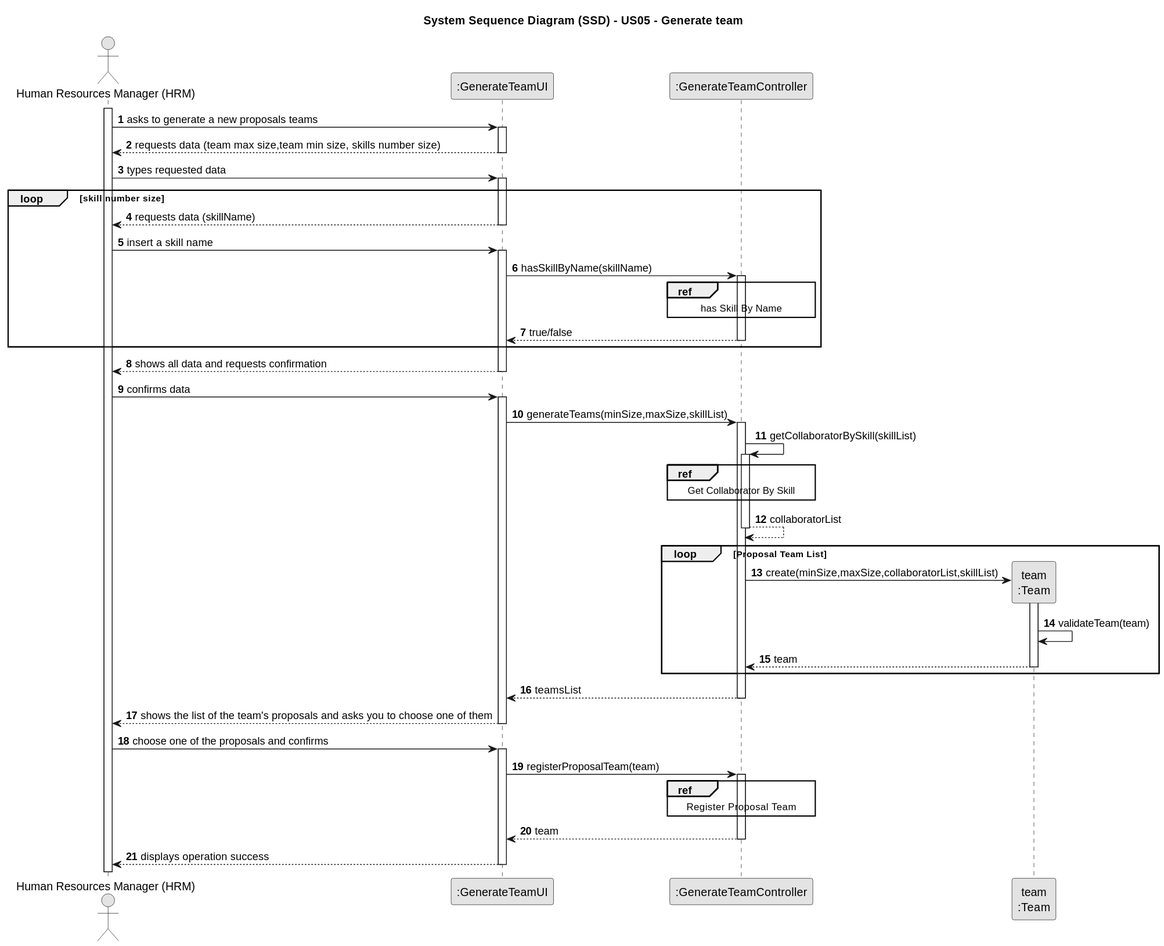
Above: docs/sprint2/us05/03.design/svg/us05-sequence-diagram.svg in Departamento-de-Engenharia-Informatica/lei-24-s2-1db-g022 (PlantUML), before the change.
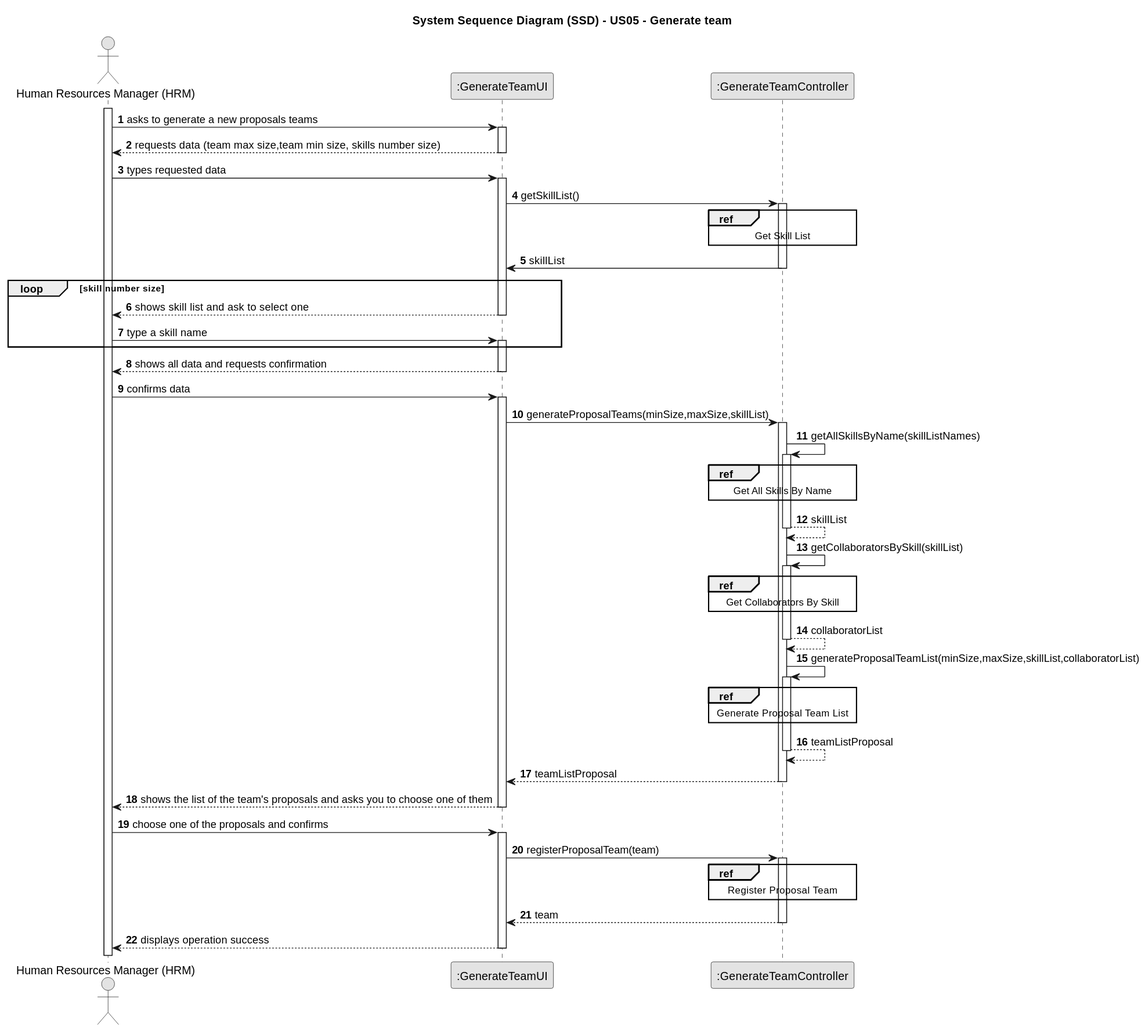
The same file after the commit.

Diff of the diagram source:
```diff
@@ -10,107 +10,125 @@
 actor "Human Resources Manager (HRM)" as HRM
 participant ":GenerateTeamUI" as UI
 participant ":GenerateTeamController" as CRL
-participant "team\n:Team" as TEAM
+
+activate HRM
+HRM -> UI : asks to generate a new proposals teams
+activate UI
+
+UI --> HRM : requests data (team max size,team min size, skills number size)
+
+deactivate UI
+
+HRM -> UI : types requested data
+activate UI
+
+UI -> CRL :getSkillList()
+activate CRL
+
+ref over CRL
+Get Skill List
+end
+
+CRL -> UI : skillList
+
+deactivate CRL
+loop skill number size
 
 
-activate HRM
-            HRM -> UI : asks to generate a new proposals teams
-    activate UI
+UI --> HRM : shows skill list and ask to select one
 
-            UI --> HRM : requests data (team max size,team min size, skills number size)
-    deactivate UI
+deactivate UI
 
-            HRM -> UI : types requested data
-    activate UI
-        loop skill number size
+HRM -> UI : type a skill name
 
-            UI --> HRM : requests data (skillName)
-
-    deactivate UI
-
-            HRM -> UI : insert a skill name
-
-    activate UI
-
-            UI -> CRL : hasSkillByName(skillName)
-            ref over CRL
-                has Skill By Name
-            end ref
-
-            activate CRL
+activate UI
 
 
-                   CRL --> UI : true/false
 
-            deactivate CRL
-
-    end loop
+end loop
 
 
 
 
-            UI --> HRM : shows all data and requests confirmation
-    deactivate UI
+UI --> HRM : shows all data and requests confirmation
+deactivate UI
 
-            HRM -> UI : confirms data
-    activate UI
+HRM -> UI : confirms data
+activate UI
 
-            UI -> CRL : generateTeams(minSize,maxSize,skillList)
+UI -> CRL : generateProposalTeams(minSize,maxSize,skillList)
 
-            activate CRL
+activate CRL
 
-                CRL -> CRL : getCollaboratorBySkill(skillList)
+CRL -> CRL : getAllSkillsByName(skillListNames)
 
-                ref over CRL
-                    Get Collaborator By Skill
-                end ref
-                                activate CRL
+ref over CRL
+Get All Skills By Name
+end
 
-                                CRL --> CRL : collaboratorList
+activate CRL
 
-                                deactivate CRL
-
-
-                               loop Proposal Team List
-
-                               CRL -> TEAM** : create(minSize,maxSize,collaboratorList,skillList)
-                               activate TEAM
-                                   TEAM ->TEAM : validateTeam(team)
-
-                                   TEAM --> CRL : team
-
-                               deactivate TEAM
-                               end
-                                CRL --> UI : teamsList
-
-                            deactivate CRL
-
-
-            deactivate CRL
-
-            UI --> HRM : shows the list of the team's proposals and asks you to choose one of them
-
-    deactivate UI
-
-            HRM -> UI : choose one of the proposals and confirms
-
-
-    activate UI
-
-            UI -> CRL : registerProposalTeam(team)
-
-            ref over CRL
-                Register Proposal Team
-            end ref
-
-            activate CRL
+CRL --> CRL : skillList
 
 
 
-                CRL--> UI : team
-            deactivate CRL
+deactivate CRL
 
-            UI --> HRM : displays operation success
+CRL -> CRL : getCollaboratorsBySkill(skillList)
 
-    deactivate UI
+ref over CRL
+Get Collaborators By Skill
+end ref
+activate CRL
+
+CRL --> CRL : collaboratorList
+
+deactivate CRL
+
+
+
+CRL -> CRL : generateProposalTeamList(minSize,maxSize,skillList,collaboratorList)
+ref over CRL
+Generate Proposal Team List
+end
+activate CRL
+
+CRL --> CRL : teamListProposal
+
+deactivate CRL
+
+
+
+CRL --> UI : teamListProposal
+
+deactivate CRL
+
+
+deactivate CRL
+
+UI --> HRM : shows the list of the team's proposals and asks you to choose one of them
+
+deactivate UI
+
+HRM -> UI : choose one of the proposals and confirms
+
+
+activate UI
+
+UI -> CRL : registerProposalTeam(team)
+
+ref over CRL
+Register Proposal Team
+end ref
+
+activate CRL
+
+
+
+CRL--> UI : team
+deactivate CRL
+
+UI --> HRM : displays operation success
+
+deactivate UI
 @enduml
```
